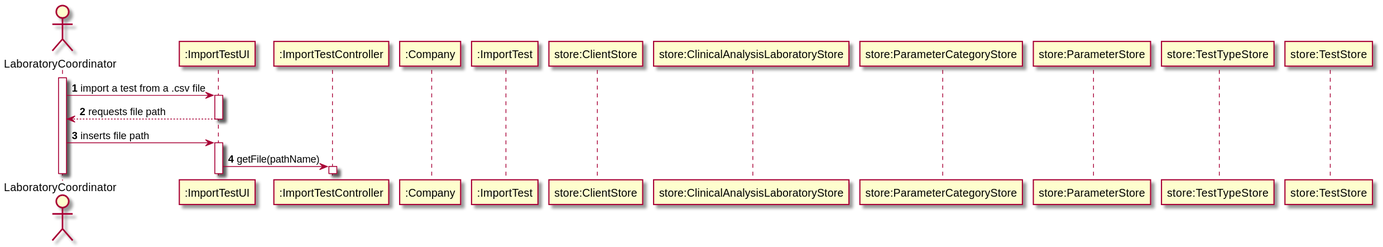
The PlantUML diagram docs/SprintD/US17/US17-SD.svg in 0franciscor/lei-21-s2-1de-g19, before a commit. The source it was exported from:
```plantuml
@startuml
autonumber

actor "LaboratoryCoordinator" as labC
activate labC

participant ":ImportTestUI" as ImportTestUI
participant ":ImportTestController" as ImportTestController
participant ":Company" as Company
participant ":ImportTest" as ImportTest
participant "store:ClientStore" as ClientStore
participant "store:ClinicalAnalysisLaboratoryStore" as CALStore
participant "store:ParameterCategoryStore" as ParameterCategoryStore
participant "store:ParameterStore" as ParameterStore
participant "store:TestTypeStore" as TestTypeStore
participant "store:TestStore" as TestStore


labC -> ImportTestUI : import a test from a .csv file
activate ImportTestUI

ImportTestUI --> labC : requests file path
deactivate ImportTestUI

labC -> ImportTestUI : inserts file path
activate ImportTestUI

ImportTestUI -> ImportTestController : getFile(pathName)
activate ImportTestController


@enduml
```
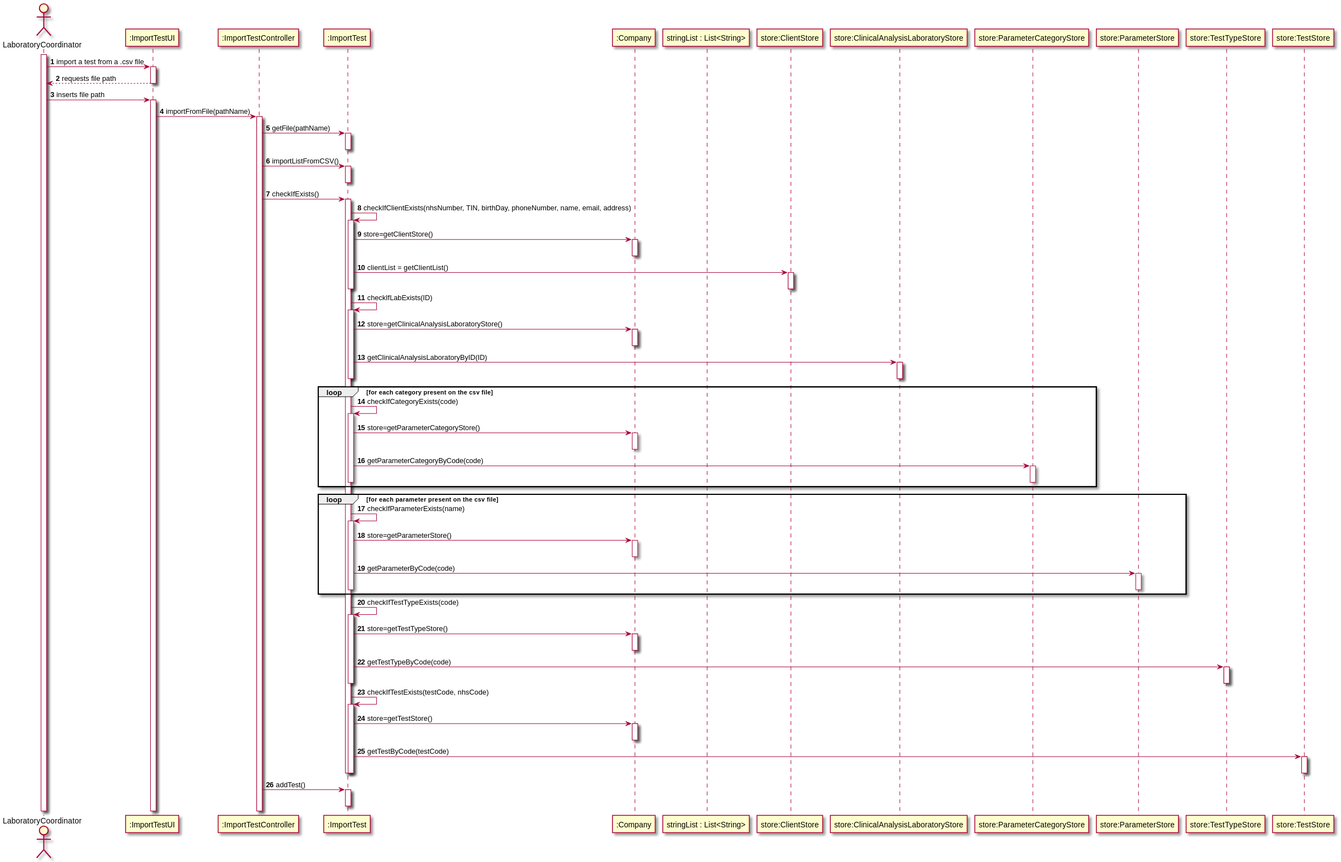
The same diagram one commit later.

Diff of the diagram source:
```diff
@@ -6,8 +6,9 @@
 
 participant ":ImportTestUI" as ImportTestUI
 participant ":ImportTestController" as ImportTestController
+participant ":ImportTest" as ImportTest
 participant ":Company" as Company
-participant ":ImportTest" as ImportTest
+participant "stringList : List<String>" as stringList
 participant "store:ClientStore" as ClientStore
 participant "store:ClinicalAnalysisLaboratoryStore" as CALStore
 participant "store:ParameterCategoryStore" as ParameterCategoryStore
@@ -25,8 +26,93 @@
 labC -> ImportTestUI : inserts file path
 activate ImportTestUI
 
-ImportTestUI -> ImportTestController : getFile(pathName)
+
+ImportTestUI -> ImportTestController : importFromFile(pathName)
 activate ImportTestController
 
 
+ImportTestController -> ImportTest  : getFile(pathName)
+activate ImportTest
+deactivate ImportTest
+
+
+ImportTestController -> ImportTest   : importListFromCSV()
+activate ImportTest
+deactivate ImportTest
+
+
+ImportTestController -> ImportTest : checkIfExists()
+activate ImportTest
+
+
+ImportTest -> ImportTest ++: checkIfClientExists(nhsNumber, TIN, birthDay, phoneNumber, name, email, address)
+ImportTest -> Company : store=getClientStore()
+activate Company
+deactivate Company
+ImportTest -> ClientStore : clientList = getClientList()
+activate ClientStore
+deactivate ClientStore
+deactivate ImportTest
+
+
+ImportTest -> ImportTest ++: checkIfLabExists(ID)
+ImportTest -> Company : store=getClinicalAnalysisLaboratoryStore()
+activate Company
+deactivate Company
+ImportTest -> CALStore : getClinicalAnalysisLaboratoryByID(ID)
+activate CALStore
+deactivate CALStore
+deactivate ImportTest
+
+
+loop for each category present on the csv file
+ImportTest -> ImportTest ++: checkIfCategoryExists(code)
+ImportTest -> Company : store=getParameterCategoryStore()
+activate Company
+deactivate Company
+ImportTest -> ParameterCategoryStore : getParameterCategoryByCode(code)
+activate ParameterCategoryStore
+deactivate ParameterCategoryStore
+deactivate ImportTest
+end
+
+
+loop for each parameter present on the csv file
+ImportTest -> ImportTest ++: checkIfParameterExists(name)
+ImportTest -> Company : store=getParameterStore()
+activate Company
+deactivate Company
+ImportTest -> ParameterStore : getParameterByCode(code)
+activate ParameterStore
+deactivate ParameterStore
+deactivate ImportTest
+end
+
+
+ImportTest -> ImportTest ++: checkIfTestTypeExists(code)
+ImportTest -> Company : store=getTestTypeStore()
+activate Company
+deactivate Company
+ImportTest -> TestTypeStore : getTestTypeByCode(code)
+activate TestTypeStore
+deactivate TestTypeStore
+deactivate ImportTest
+
+
+ImportTest -> ImportTest ++: checkIfTestExists(testCode, nhsCode)
+ImportTest -> Company : store=getTestStore()
+activate Company
+deactivate Company
+ImportTest -> TestStore : getTestByCode(testCode)
+activate TestStore
+deactivate TestStore
+deactivate ImportTest
+
+
+deactivate ImportTest
+
+ImportTestController -> ImportTest : addTest()
+activate ImportTest
+deactivate ImportTest
+
 @enduml
```
